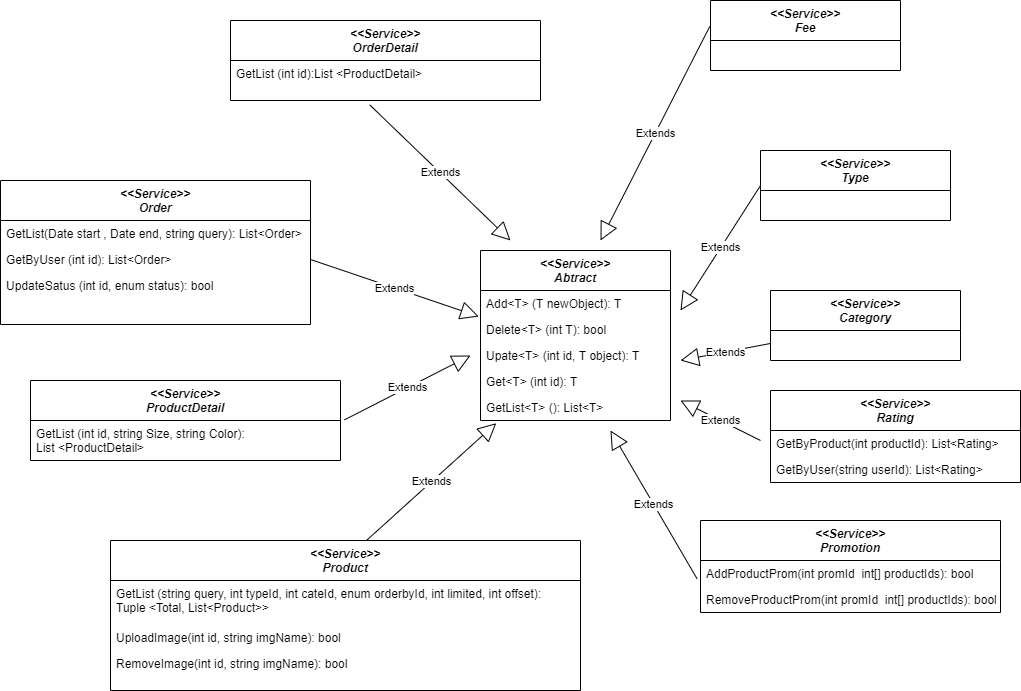
vtoan/fashion-ecom-ns keeps this draw.io diagram as docs/service diagram.png. Above is the earlier version. Source tidied: cells renumbered, new cells last; positions are measured from the earlier drawing's top-left corner, leaving out a move shared by most shapes.
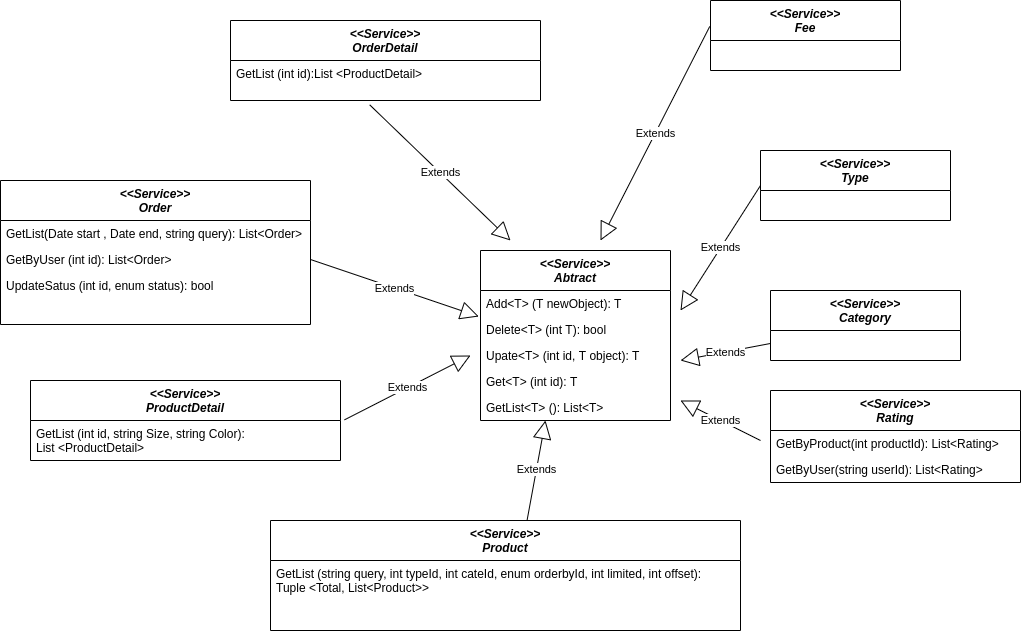
The same diagram one commit later.

Diff of the diagram source:
```diff
@@ -3,17 +3,11 @@
     <mxCell id="0" />
     <mxCell id="1" parent="0" />
     <mxCell id="2" value="&lt;&lt;Service&gt;&gt;&#10;Product" style="swimlane;fontStyle=3;align=center;verticalAlign=top;horizontal=1;startSize=40;rounded=0;shadow=0;strokeWidth=1;" parent="1" vertex="1">
-      <mxGeometry x="110" y="540" width="470" height="150" as="geometry" />
+      <mxGeometry x="270" y="520" width="470" height="110" as="geometry" />
     </mxCell>
     <mxCell id="3" value="GetList (string query, int typeId, int cateId, enum orderbyId, int limited, int offset): &#10;Tuple &lt;Total, List&lt;Product&gt;&gt;" style="text;align=left;verticalAlign=top;spacingLeft=4;spacingRight=4;overflow=hidden;" parent="2" vertex="1">
       <mxGeometry y="40" width="470" height="44" as="geometry" />
     </mxCell>
-    <mxCell id="4" value="UploadImage(int id, string imgName): bool" style="text;align=left;verticalAlign=top;spacingLeft=4;spacingRight=4;overflow=hidden;rounded=0;shadow=0;html=0;" parent="2" vertex="1">
-      <mxGeometry y="84" width="470" height="26" as="geometry" />
-    </mxCell>
-    <mxCell id="5" value="RemoveImage(int id, string imgName): bool" style="text;align=left;verticalAlign=top;spacingLeft=4;spacingRight=4;overflow=hidden;rounded=0;shadow=0;html=0;" parent="2" vertex="1">
-      <mxGeometry y="110" width="470" height="26" as="geometry" />
-    </mxCell>
     <mxCell id="6" value="&lt;&lt;Service&gt;&gt;&#10;Abtract" style="swimlane;fontStyle=3;align=center;verticalAlign=top;horizontal=1;startSize=40;rounded=0;shadow=0;strokeWidth=1;" parent="1" vertex="1">
       <mxGeometry x="480" y="250" width="190" height="170" as="geometry" />
     </mxCell>
@@ -65,7 +59,7 @@
     <mxCell id="22" value="GetList (int id):List &lt;ProductDetail&gt;" style="text;align=left;verticalAlign=top;spacingLeft=4;spacingRight=4;overflow=hidden;points=[[0,0.5],[1,0.5]];portConstraint=eastwest;rounded=0;shadow=0;html=0;" parent="21" vertex="1">
       <mxGeometry y="40" width="310" height="40" as="geometry" />
     </mxCell>
-    <mxCell id="23" value="Extends" style="endArrow=block;endSize=16;endFill=0;html=1;exitX=0.546;exitY=-0.004;exitDx=0;exitDy=0;exitPerimeter=0;entryX=0.083;entryY=1.103;entryDx=0;entryDy=0;entryPerimeter=0;" parent="1" edge="1" source="2" target="11">
+    <mxCell id="23" value="Extends" style="endArrow=block;endSize=16;endFill=0;html=1;exitX=0.546;exitY=-0.004;exitDx=0;exitDy=0;exitPerimeter=0;entryX=0.342;entryY=1;entryDx=0;entryDy=0;entryPerimeter=0;" parent="1" edge="1" source="2" target="11">
       <mxGeometry relative="1" as="geometry" />
     </mxCell>
     <mxCell id="24" value="Extends" style="endArrow=block;endSize=16;endFill=0;html=1;exitX=1.013;exitY=-0.017;exitDx=0;exitDy=0;exitPerimeter=0;" parent="1" edge="1" source="16">
@@ -86,11 +80,6 @@
         <mxPoint x="600" y="240" as="targetPoint" />
       </mxGeometry>
     </mxCell>
-    <mxCell id="28" value="Extends" style="endArrow=block;endSize=16;endFill=0;html=1;exitX=-0.011;exitY=0.712;exitDx=0;exitDy=0;exitPerimeter=0;" parent="1" edge="1" source="32">
-      <mxGeometry relative="1" as="geometry">
-        <mxPoint x="610" y="430" as="targetPoint" />
-      </mxGeometry>
-    </mxCell>
     <mxCell id="29" value="Extends" style="endArrow=block;endSize=16;endFill=0;html=1;exitX=0;exitY=0.5;exitDx=0;exitDy=0;" parent="1" edge="1" source="12">
       <mxGeometry relative="1" as="geometry">
         <mxPoint x="680" y="310" as="targetPoint" />
@@ -101,15 +90,6 @@
         <mxPoint x="680" y="360" as="targetPoint" />
       </mxGeometry>
     </mxCell>
-    <mxCell id="31" value="&lt;&lt;Service&gt;&gt;&#10;Promotion" style="swimlane;fontStyle=3;align=center;verticalAlign=top;horizontal=1;startSize=40;rounded=0;shadow=0;strokeWidth=1;" parent="1" vertex="1">
-      <mxGeometry x="700" y="520" width="300" height="92" as="geometry" />
-    </mxCell>
-    <mxCell id="32" value="AddProductProm(int promId  int[] productIds): bool" style="text;align=left;verticalAlign=top;spacingLeft=4;spacingRight=4;overflow=hidden;points=[[0,0.5],[1,0.5]];portConstraint=eastwest;rounded=0;shadow=0;html=0;" parent="31" vertex="1">
-      <mxGeometry y="40" width="300" height="26" as="geometry" />
-    </mxCell>
-    <mxCell id="33" value="RemoveProductProm(int promId  int[] productIds): bool" style="text;align=left;verticalAlign=top;spacingLeft=4;spacingRight=4;overflow=hidden;rounded=0;shadow=0;html=0;" parent="31" vertex="1">
-      <mxGeometry y="66" width="300" height="26" as="geometry" />
-    </mxCell>
     <mxCell id="34" value="&lt;&lt;Service&gt;&gt;&#10;Rating" style="swimlane;fontStyle=3;align=center;verticalAlign=top;horizontal=1;startSize=40;rounded=0;shadow=0;strokeWidth=1;" parent="1" vertex="1">
       <mxGeometry x="770" y="390" width="250" height="92" as="geometry" />
     </mxCell>
```
